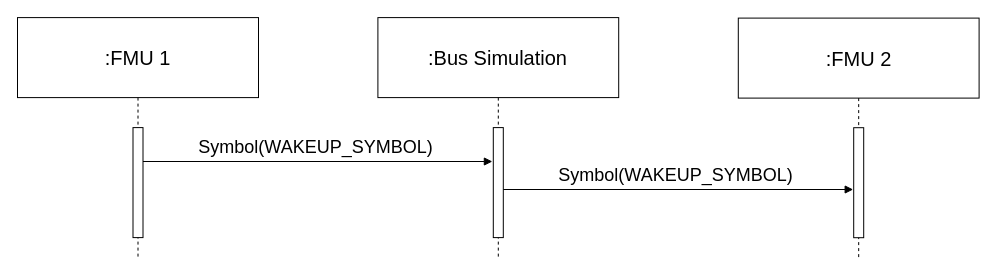
Above: docs/images/flexray_wake_up.drawio in modelica/fmi-ls-bus (draw.io), before the change. Source tidied: cells renumbered, new cells numbered last; positions are measured from the earlier drawing's top-left corner, leaving out a move shared by most shapes. Both pictures are drawn from the tidied source at 100%, with x=0, y=0 at pixel (17, 17).
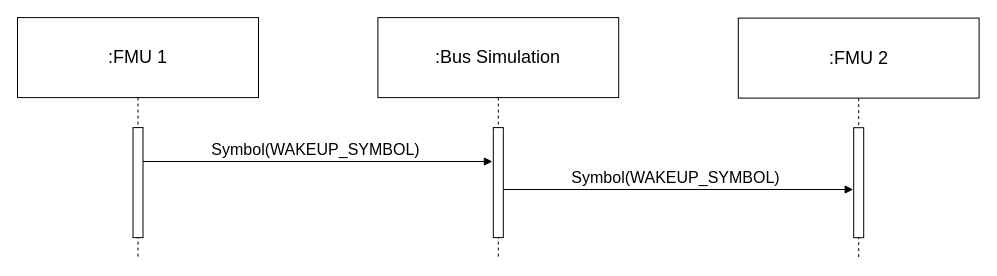
The same page after the edit.

Commit message (it also covers changes not shown here):
Fixing other FlexRay images

Diff of the diagram source:
```diff
@@
 <mxGraphModel>
   <root>
     <mxCell id="0" />
     <mxCell id="1" parent="0" />
-    <mxCell id="2" value="&lt;font style=&quot;font-size: 18px;&quot;&gt;Symbol(WAKEUP_SYMBOL)&lt;/font&gt;" style="html=1;verticalAlign=bottom;endArrow=block;curved=0;rounded=0;" parent="1" edge="1">
+    <mxCell id="2" value="&lt;font&gt;Symbol(WAKEUP_SYMBOL)&lt;/font&gt;" style="html=1;verticalAlign=bottom;endArrow=block;curved=0;rounded=0;fontSize=16;" parent="1" edge="1">
       <mxGeometry relative="1" as="geometry">
         <mxPoint x="480.8" y="172" as="sourcePoint" />
         <mxPoint x="835.7" y="172" as="targetPoint" />
       </mxGeometry>
     </mxCell>
-    <mxCell id="3" value="&lt;font style=&quot;font-size: 18px;&quot;&gt;Symbol(WAKEUP_SYMBOL)&lt;/font&gt;" style="html=1;verticalAlign=bottom;endArrow=block;curved=0;rounded=0;" parent="1" edge="1">
+    <mxCell id="3" value="&lt;font&gt;Symbol(WAKEUP_SYMBOL)&lt;/font&gt;" style="html=1;verticalAlign=bottom;endArrow=block;curved=0;rounded=0;fontSize=16;" parent="1" edge="1">
       <mxGeometry relative="1" as="geometry">
         <mxPoint x="121" y="144" as="sourcePoint" />
         <mxPoint x="474.9" y="144" as="targetPoint" />
       </mxGeometry>
     </mxCell>
-    <mxCell id="4" value="&lt;font style=&quot;font-size: 20px;&quot;&gt;:FMU 1&lt;/font&gt;" style="shape=umlLifeline;perimeter=lifelinePerimeter;whiteSpace=wrap;html=1;newEdgeStyle={&quot;curved&quot;:0,&quot;rounded&quot;:0};size=80;" parent="1" vertex="1">
+    <mxCell id="4" value="&lt;font&gt;:FMU 1&lt;/font&gt;" style="shape=umlLifeline;perimeter=lifelinePerimeter;whiteSpace=wrap;html=1;newEdgeStyle={&quot;curved&quot;:0,&quot;rounded&quot;:0};size=80;fontSize=18;" parent="1" vertex="1">
       <mxGeometry y="0.1" width="241" height="240.9" as="geometry" />
     </mxCell>
     <mxCell id="5" style="html=1;perimeter=orthogonalPerimeter;targetShapes=umlLifeline;newEdgeStyle={&quot;curved&quot;:0,&quot;rounded&quot;:0};fillColor=default;" parent="4" vertex="1">
       <mxGeometry x="115.5" y="110" width="10" height="110" as="geometry" />
     </mxCell>
-    <mxCell id="6" value="&lt;font style=&quot;font-size: 20px;&quot;&gt;:FMU 2&lt;/font&gt;" style="shape=umlLifeline;perimeter=lifelinePerimeter;whiteSpace=wrap;html=1;newEdgeStyle={&quot;curved&quot;:0,&quot;rounded&quot;:0};size=80;" parent="1" vertex="1">
+    <mxCell id="6" value="&lt;font&gt;:FMU 2&lt;/font&gt;" style="shape=umlLifeline;perimeter=lifelinePerimeter;whiteSpace=wrap;html=1;newEdgeStyle={&quot;curved&quot;:0,&quot;rounded&quot;:0};size=80;fontSize=18;" parent="1" vertex="1">
       <mxGeometry x="720.8" y="0.6" width="240.8" height="240.4" as="geometry" />
     </mxCell>
     <mxCell id="7" style="html=1;perimeter=orthogonalPerimeter;targetShapes=umlLifeline;newEdgeStyle={&quot;curved&quot;:0,&quot;rounded&quot;:0};fillColor=default;" parent="6" vertex="1">
       <mxGeometry x="115.4" y="109.6" width="10" height="110" as="geometry" />
     </mxCell>
-    <mxCell id="8" value="&lt;font style=&quot;font-size: 20px;&quot;&gt;:Bus Simulation&lt;/font&gt;" style="shape=umlLifeline;perimeter=lifelinePerimeter;whiteSpace=wrap;html=1;newEdgeStyle={&quot;curved&quot;:0,&quot;rounded&quot;:0};size=80;" parent="1" vertex="1">
+    <mxCell id="8" value="&lt;font&gt;:Bus Simulation&lt;/font&gt;" style="shape=umlLifeline;perimeter=lifelinePerimeter;whiteSpace=wrap;html=1;newEdgeStyle={&quot;curved&quot;:0,&quot;rounded&quot;:0};size=80;fontSize=18;" parent="1" vertex="1">
       <mxGeometry x="360.4" y="0.1" width="240.8" height="240.9" as="geometry" />
     </mxCell>
     <mxCell id="9" style="ellipse;whiteSpace=wrap;html=1;align=center;fillColor=none;strokeColor=none;perimeter=centerPerimeter;" parent="8" vertex="1">
       <mxGeometry x="180.5" y="200" width="10" height="10" as="geometry" />
     </mxCell>
     <mxCell id="10" style="html=1;perimeter=orthogonalPerimeter;targetShapes=umlLifeline;newEdgeStyle={&quot;curved&quot;:0,&quot;rounded&quot;:0};fillColor=default;" parent="8" vertex="1">
       <mxGeometry x="115.4" y="110" width="10" height="110" as="geometry" />
     </mxCell>
   </root>
 </mxGraphModel>
```
